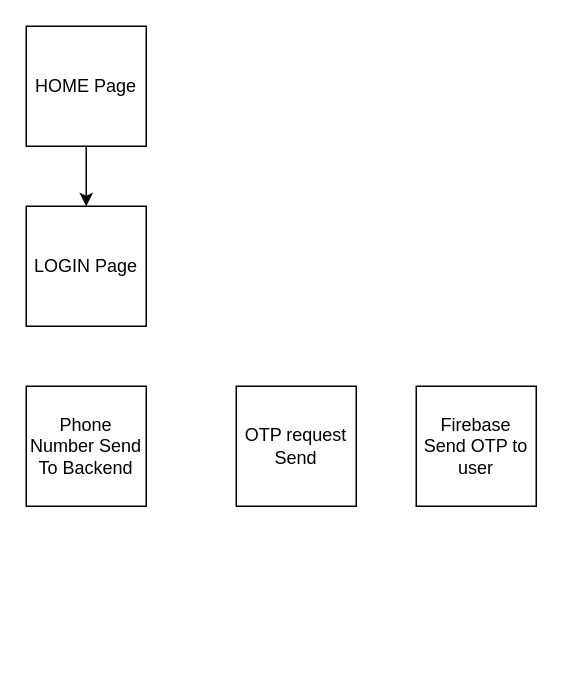
Abhijat-Abhijat/draw.io keeps this draw.io diagram as Untitled Diagram.drawio. Above is the earlier version. Source tidied: cells renumbered, new cells numbered last; positions are measured from the earlier drawing's top-left corner, leaving out a move shared by most shapes. Both pictures are drawn from the tidied source at 150%, with x=0, y=0 at pixel (26, 26).
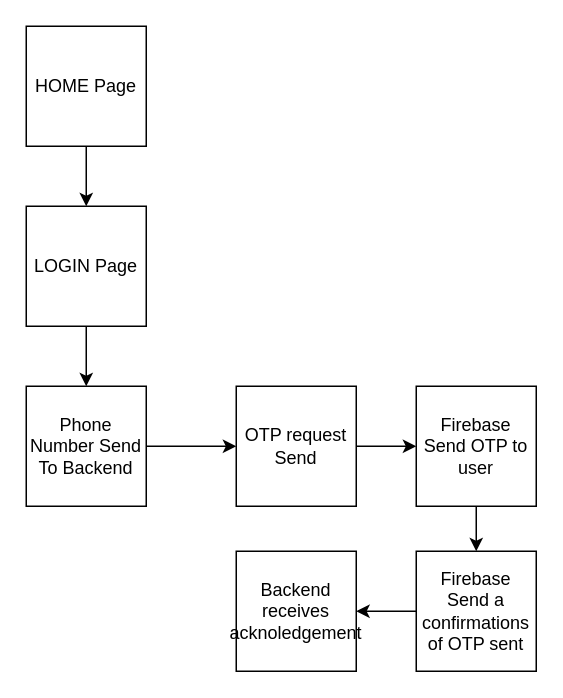
After the change.

What changed in the source:
```diff
@@
 <mxGraphModel>
   <root>
     <mxCell id="0" />
     <mxCell id="1" parent="0" />
     <mxCell id="2" style="edgeStyle=orthogonalEdgeStyle;rounded=0;jettySize=auto;html=1;exitX=0.5;exitY=1;exitDx=0;exitDy=0;entryX=0.5;entryY=0;entryDx=0;entryDy=0;" parent="1" edge="1" source="3" target="4">
       <mxGeometry relative="1" as="geometry" />
     </mxCell>
     <mxCell id="3" value="HOME Page" style="whiteSpace=wrap;html=1;" parent="1" vertex="1">
       <mxGeometry width="80" height="80" as="geometry" />
     </mxCell>
+    <mxCell id="8" style="edgeStyle=orthogonalEdgeStyle;rounded=0;jettySize=auto;html=1;exitX=0.5;exitY=1;exitDx=0;exitDy=0;" parent="1" edge="1" source="4" target="5">
+      <mxGeometry relative="1" as="geometry" />
+    </mxCell>
     <mxCell id="4" value="LOGIN Page" style="whiteSpace=wrap;html=1;" parent="1" vertex="1">
       <mxGeometry y="120" width="80" height="80" as="geometry" />
     </mxCell>
+    <mxCell id="9" style="edgeStyle=orthogonalEdgeStyle;rounded=0;jettySize=auto;html=1;exitX=1;exitY=0.5;exitDx=0;exitDy=0;" parent="1" edge="1" source="5" target="6">
+      <mxGeometry relative="1" as="geometry" />
+    </mxCell>
     <mxCell id="5" value="Phone Number Send&lt;div&gt;To Backend&lt;/div&gt;" style="whiteSpace=wrap;html=1;" parent="1" vertex="1">
       <mxGeometry y="240" width="80" height="80" as="geometry" />
     </mxCell>
+    <mxCell id="10" style="edgeStyle=orthogonalEdgeStyle;rounded=0;jettySize=auto;html=1;exitX=1;exitY=0.5;exitDx=0;exitDy=0;entryX=0;entryY=0.5;entryDx=0;entryDy=0;" parent="1" edge="1" source="6" target="7">
+      <mxGeometry relative="1" as="geometry" />
+    </mxCell>
     <mxCell id="6" value="OTP request Send" style="whiteSpace=wrap;html=1;" parent="1" vertex="1">
       <mxGeometry x="140" y="240" width="80" height="80" as="geometry" />
     </mxCell>
+    <mxCell id="11" style="edgeStyle=orthogonalEdgeStyle;rounded=0;jettySize=auto;html=1;exitX=0.5;exitY=1;exitDx=0;exitDy=0;" parent="1" edge="1" source="7">
+      <mxGeometry relative="1" as="geometry">
+        <mxPoint x="300" y="350" as="targetPoint" />
+      </mxGeometry>
+    </mxCell>
     <mxCell id="7" value="Firebase Send OTP to user" style="whiteSpace=wrap;html=1;" parent="1" vertex="1">
       <mxGeometry x="260" y="240" width="80" height="80" as="geometry" />
     </mxCell>
+    <mxCell id="12" style="edgeStyle=orthogonalEdgeStyle;rounded=0;jettySize=auto;html=1;exitX=0;exitY=0.5;exitDx=0;exitDy=0;" parent="1" edge="1" source="13" target="14">
+      <mxGeometry relative="1" as="geometry" />
+    </mxCell>
+    <mxCell id="13" value="Firebase Send a confirmations of OTP sent" style="whiteSpace=wrap;html=1;" parent="1" vertex="1">
+      <mxGeometry x="260" y="350" width="80" height="80" as="geometry" />
+    </mxCell>
+    <mxCell id="14" value="Backend receives acknoledgement" style="whiteSpace=wrap;html=1;" parent="1" vertex="1">
+      <mxGeometry x="140" y="350" width="80" height="80" as="geometry" />
+    </mxCell>
   </root>
 </mxGraphModel>
```
